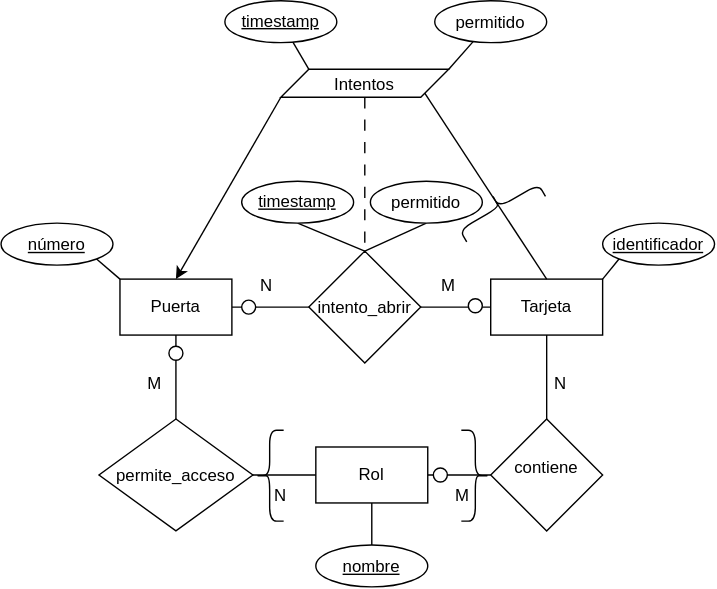
TobySeirgalea/apuntes-DB keeps this draw.io diagram as images/ej2.6.b.did.drawio.svg. Above is the earlier version. Source tidied: cells renumbered, new cells last; positions are measured from the earlier drawing's top-left corner, leaving out a move shared by most shapes. Its diagram source:
```xml
<mxGraphModel>
  <root>
    <mxCell id="0" />
    <mxCell id="1" parent="0" />
    <mxCell id="2" style="edgeStyle=none;html=1;exitX=1;exitY=0.5;exitDx=0;exitDy=0;entryX=0;entryY=0.5;entryDx=0;entryDy=0;endArrow=none;endFill=0;" parent="1" edge="1" source="4" target="12">
      <mxGeometry relative="1" as="geometry" />
    </mxCell>
    <mxCell id="3" style="edgeStyle=none;html=1;exitX=0;exitY=0;exitDx=0;exitDy=0;entryX=1;entryY=1;entryDx=0;entryDy=0;endArrow=none;endFill=0;" parent="1" edge="1" source="4" target="28">
      <mxGeometry relative="1" as="geometry" />
    </mxCell>
    <mxCell id="4" value="Puerta" style="rounded=0;whiteSpace=wrap;html=1;" parent="1" vertex="1">
      <mxGeometry x="85" y="199" width="80" height="40" as="geometry" />
    </mxCell>
    <mxCell id="5" style="edgeStyle=none;html=1;exitX=1;exitY=0.5;exitDx=0;exitDy=0;entryX=0;entryY=0.5;entryDx=0;entryDy=0;endArrow=none;endFill=0;" parent="1" edge="1" source="6" target="17">
      <mxGeometry relative="1" as="geometry" />
    </mxCell>
    <mxCell id="6" value="Rol" style="rounded=0;whiteSpace=wrap;html=1;" parent="1" vertex="1">
      <mxGeometry x="225" y="319" width="80" height="40" as="geometry" />
    </mxCell>
    <mxCell id="7" style="edgeStyle=none;html=1;exitX=1;exitY=0;exitDx=0;exitDy=0;entryX=0;entryY=1;entryDx=0;entryDy=0;endArrow=none;endFill=0;" parent="1" edge="1" source="8" target="25">
      <mxGeometry relative="1" as="geometry" />
    </mxCell>
    <mxCell id="8" value="Tarjeta" style="rounded=0;whiteSpace=wrap;html=1;" parent="1" vertex="1">
      <mxGeometry x="350" y="199" width="80" height="40" as="geometry" />
    </mxCell>
    <mxCell id="9" style="edgeStyle=none;html=1;exitX=1;exitY=0.5;exitDx=0;exitDy=0;entryX=0;entryY=0.5;entryDx=0;entryDy=0;endArrow=none;endFill=0;" parent="1" edge="1" source="12" target="8">
      <mxGeometry relative="1" as="geometry" />
    </mxCell>
    <mxCell id="10" style="edgeStyle=none;html=1;exitX=0.5;exitY=0;exitDx=0;exitDy=0;endArrow=none;endFill=0;entryX=0.5;entryY=1;entryDx=0;entryDy=0;" parent="1" edge="1" source="12" target="24">
      <mxGeometry relative="1" as="geometry" />
    </mxCell>
    <mxCell id="11" style="edgeStyle=none;html=1;exitX=0.5;exitY=0;exitDx=0;exitDy=0;entryX=0.5;entryY=1;entryDx=0;entryDy=0;endArrow=none;endFill=0;" parent="1" edge="1" source="12" target="33">
      <mxGeometry relative="1" as="geometry" />
    </mxCell>
    <mxCell id="12" value="intento_abrir" style="rhombus;whiteSpace=wrap;html=1;shapeInside=1;" parent="1" vertex="1">
      <mxGeometry x="220" y="179" width="80" height="80" as="geometry" />
    </mxCell>
    <mxCell id="13" style="edgeStyle=none;html=1;exitX=1;exitY=0.5;exitDx=0;exitDy=0;entryX=0;entryY=0.5;entryDx=0;entryDy=0;endArrow=none;endFill=0;" parent="1" edge="1" source="15" target="6">
      <mxGeometry relative="1" as="geometry" />
    </mxCell>
    <mxCell id="14" style="edgeStyle=none;html=1;exitX=0.5;exitY=0;exitDx=0;exitDy=0;entryX=0.5;entryY=1;entryDx=0;entryDy=0;endArrow=none;endFill=0;" parent="1" edge="1" source="15" target="4">
      <mxGeometry relative="1" as="geometry" />
    </mxCell>
    <mxCell id="15" value="permite_acceso" style="rhombus;whiteSpace=wrap;html=1;shapeInside=1;" parent="1" vertex="1">
      <mxGeometry x="70" y="299" width="110" height="80" as="geometry" />
    </mxCell>
    <mxCell id="16" style="edgeStyle=none;html=1;exitX=0.5;exitY=0;exitDx=0;exitDy=0;entryX=0.5;entryY=1;entryDx=0;entryDy=0;endArrow=none;endFill=0;" parent="1" edge="1" source="17" target="8">
      <mxGeometry relative="1" as="geometry" />
    </mxCell>
    <mxCell id="17" value="contiene" style="rhombus;whiteSpace=wrap;html=1;shapeInside=1;align=center;" parent="1" vertex="1">
      <mxGeometry x="350" y="299" width="80" height="80" as="geometry" />
    </mxCell>
    <mxCell id="18" value="N" style="text;html=1;whiteSpace=wrap;strokeColor=none;fillColor=none;align=center;verticalAlign=middle;rounded=0;" parent="1" vertex="1">
      <mxGeometry x="160" y="189" width="60" height="30" as="geometry" />
    </mxCell>
    <mxCell id="19" value="M" style="text;html=1;whiteSpace=wrap;strokeColor=none;fillColor=none;align=center;verticalAlign=middle;rounded=0;" parent="1" vertex="1">
      <mxGeometry x="290" y="189" width="60" height="30" as="geometry" />
    </mxCell>
    <mxCell id="20" value="N" style="text;html=1;whiteSpace=wrap;strokeColor=none;fillColor=none;align=center;verticalAlign=middle;rounded=0;" parent="1" vertex="1">
      <mxGeometry x="170" y="339" width="60" height="30" as="geometry" />
    </mxCell>
    <mxCell id="21" value="N" style="text;html=1;whiteSpace=wrap;strokeColor=none;fillColor=none;align=center;verticalAlign=middle;rounded=0;" parent="1" vertex="1">
      <mxGeometry x="370" y="259" width="60" height="30" as="geometry" />
    </mxCell>
    <mxCell id="22" value="M" style="text;html=1;whiteSpace=wrap;strokeColor=none;fillColor=none;align=center;verticalAlign=middle;rounded=0;" parent="1" vertex="1">
      <mxGeometry x="300" y="339" width="60" height="30" as="geometry" />
    </mxCell>
    <mxCell id="23" value="M" style="text;html=1;whiteSpace=wrap;strokeColor=none;fillColor=none;align=center;verticalAlign=middle;rounded=0;" parent="1" vertex="1">
      <mxGeometry x="80" y="259" width="60" height="30" as="geometry" />
    </mxCell>
    <mxCell id="24" value="&lt;u&gt;timestamp&lt;/u&gt;" style="ellipse;whiteSpace=wrap;html=1;shapeInside=1;" parent="1" vertex="1">
      <mxGeometry x="172" y="129" width="80" height="30" as="geometry" />
    </mxCell>
    <mxCell id="25" value="&lt;u&gt;identificador&lt;/u&gt;" style="ellipse;whiteSpace=wrap;html=1;shapeInside=1;" parent="1" vertex="1">
      <mxGeometry x="430" y="159" width="80" height="30" as="geometry" />
    </mxCell>
    <mxCell id="26" style="edgeStyle=none;html=1;exitX=0.5;exitY=0;exitDx=0;exitDy=0;entryX=0.5;entryY=1;entryDx=0;entryDy=0;endArrow=none;endFill=0;" parent="1" edge="1" source="27" target="6">
      <mxGeometry relative="1" as="geometry" />
    </mxCell>
    <mxCell id="27" value="&lt;u&gt;nombre&lt;/u&gt;" style="ellipse;whiteSpace=wrap;html=1;shapeInside=1;" parent="1" vertex="1">
      <mxGeometry x="225" y="389" width="80" height="30" as="geometry" />
    </mxCell>
    <mxCell id="28" value="&lt;u&gt;número&lt;/u&gt;" style="ellipse;whiteSpace=wrap;html=1;shapeInside=1;" parent="1" vertex="1">
      <mxGeometry y="159" width="80" height="30" as="geometry" />
    </mxCell>
    <object id="29" label="" address="1000" placeholders="1" size="100">
      <mxCell style="ellipse;whiteSpace=wrap;html=1;labelBackgroundColor=none;textShadow=0;gradientColor=none;shadow=0;fillColor=default;" parent="1" vertex="1">
        <mxGeometry x="309" y="334" width="10" height="10" as="geometry" />
      </mxCell>
    </object>
    <object id="30" label="" address="1000" placeholders="1" size="100">
      <mxCell style="ellipse;whiteSpace=wrap;html=1;labelBackgroundColor=none;textShadow=0;gradientColor=none;shadow=0;fillColor=default;" parent="1" vertex="1">
        <mxGeometry x="334" y="213" width="10" height="10" as="geometry" />
      </mxCell>
    </object>
    <object id="31" label="" address="1000" placeholders="1" size="100">
      <mxCell style="ellipse;whiteSpace=wrap;html=1;labelBackgroundColor=none;textShadow=0;gradientColor=none;shadow=0;fillColor=default;" parent="1" vertex="1">
        <mxGeometry x="172" y="214" width="10" height="10" as="geometry" />
      </mxCell>
    </object>
    <object id="32" label="" address="1000" placeholders="1" size="100">
      <mxCell style="ellipse;whiteSpace=wrap;html=1;labelBackgroundColor=none;textShadow=0;gradientColor=none;shadow=0;fillColor=default;" parent="1" vertex="1">
        <mxGeometry x="120" y="247" width="10" height="10" as="geometry" />
      </mxCell>
    </object>
    <mxCell id="33" value="permitido" style="ellipse;whiteSpace=wrap;html=1;shapeInside=1;" parent="1" vertex="1">
      <mxGeometry x="264" y="129" width="80" height="30" as="geometry" />
    </mxCell>
    <mxCell id="34" style="edgeStyle=none;html=1;exitX=0.5;exitY=1;exitDx=0;exitDy=0;entryX=0.5;entryY=0;entryDx=0;entryDy=0;endArrow=none;endFill=0;dashed=1;dashPattern=8 8;" parent="1" edge="1" source="38" target="12">
      <mxGeometry relative="1" as="geometry" />
    </mxCell>
    <mxCell id="35" style="edgeStyle=none;html=1;exitX=1;exitY=1;exitDx=0;exitDy=0;entryX=0.5;entryY=0;entryDx=0;entryDy=0;endArrow=none;endFill=0;" parent="1" edge="1" source="38" target="8">
      <mxGeometry relative="1" as="geometry" />
    </mxCell>
    <mxCell id="36" style="edgeStyle=none;html=1;exitX=1;exitY=0;exitDx=0;exitDy=0;endArrow=none;endFill=0;" parent="1" edge="1" source="38" target="43">
      <mxGeometry relative="1" as="geometry" />
    </mxCell>
    <mxCell id="37" style="edgeStyle=none;html=1;exitX=0.167;exitY=0.004;exitDx=0;exitDy=0;endArrow=none;endFill=0;exitPerimeter=0;" parent="1" edge="1" source="38" target="42">
      <mxGeometry relative="1" as="geometry" />
    </mxCell>
    <mxCell id="38" value="Intentos" style="shape=parallelogram;perimeter=parallelogramPerimeter;whiteSpace=wrap;html=1;shapeInside=1;fixedSize=1;" parent="1" vertex="1">
      <mxGeometry x="200" y="49" width="120" height="20" as="geometry" />
    </mxCell>
    <mxCell id="39" style="endArrow=classic;html=1;entryX=0.5;entryY=0;entryDx=0;entryDy=0;exitX=0;exitY=1;exitDx=0;exitDy=0;" parent="1" edge="1" source="38" target="4">
      <mxGeometry relative="1" as="geometry" />
    </mxCell>
    <mxCell id="40" style="shape=curlyBracket;whiteSpace=wrap;html=1;rounded=1;flipH=1;labelPosition=right;verticalLabelPosition=middle;align=left;verticalAlign=middle;legacyAnchorPoints=0;" parent="1" vertex="1">
      <mxGeometry x="329" y="307" width="20" height="65" as="geometry" />
    </mxCell>
    <mxCell id="41" style="shape=curlyBracket;whiteSpace=wrap;html=1;rounded=1;labelPosition=left;verticalLabelPosition=middle;align=right;verticalAlign=middle;rotation=60;size=0.5;" parent="1" vertex="1">
      <mxGeometry x="346" y="115" width="20" height="65" as="geometry" />
    </mxCell>
    <mxCell id="42" value="&lt;u&gt;timestamp&lt;/u&gt;" style="ellipse;whiteSpace=wrap;html=1;shapeInside=1;" parent="1" vertex="1">
      <mxGeometry x="160" width="80" height="30" as="geometry" />
    </mxCell>
    <mxCell id="43" value="permitido" style="ellipse;whiteSpace=wrap;html=1;shapeInside=1;" parent="1" vertex="1">
      <mxGeometry x="310" width="80" height="30" as="geometry" />
    </mxCell>
    <mxCell id="44" style="shape=curlyBracket;whiteSpace=wrap;html=1;rounded=1;labelPosition=left;verticalLabelPosition=middle;align=right;verticalAlign=middle;" parent="1" vertex="1">
      <mxGeometry x="182" y="307" width="20" height="65" as="geometry" />
    </mxCell>
  </root>
</mxGraphModel>
```
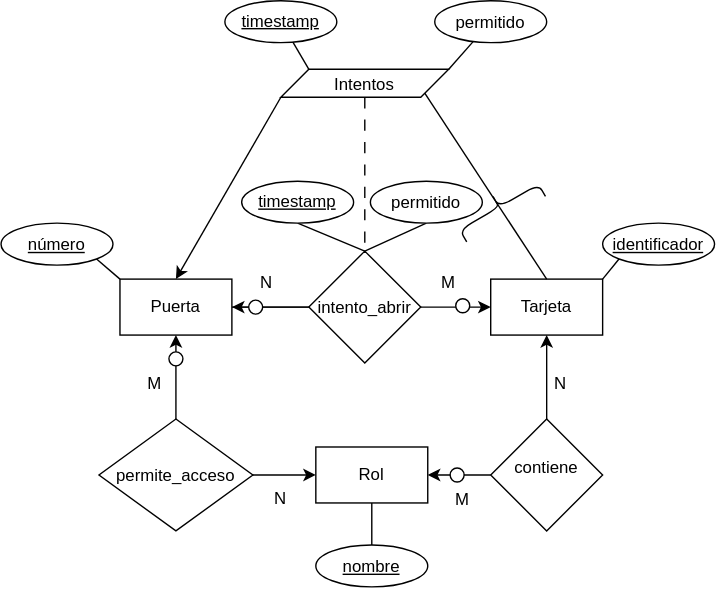
After the change.

The edit, as a diff of the source:
```diff
@@ -8,10 +8,13 @@
     <mxCell id="3" style="edgeStyle=none;html=1;exitX=0;exitY=0;exitDx=0;exitDy=0;entryX=1;entryY=1;entryDx=0;entryDy=0;endArrow=none;endFill=0;" parent="1" edge="1" source="4" target="28">
       <mxGeometry relative="1" as="geometry" />
     </mxCell>
+    <mxCell id="45" style="edgeStyle=none;html=1;" parent="1" edge="1" source="12" target="4">
+      <mxGeometry relative="1" as="geometry" />
+    </mxCell>
     <mxCell id="4" value="Puerta" style="rounded=0;whiteSpace=wrap;html=1;" parent="1" vertex="1">
       <mxGeometry x="85" y="199" width="80" height="40" as="geometry" />
     </mxCell>
-    <mxCell id="5" style="edgeStyle=none;html=1;exitX=1;exitY=0.5;exitDx=0;exitDy=0;entryX=0;entryY=0.5;entryDx=0;entryDy=0;endArrow=none;endFill=0;" parent="1" edge="1" source="6" target="17">
+    <mxCell id="5" style="edgeStyle=none;html=1;exitX=0;exitY=0.5;exitDx=0;exitDy=0;entryX=1;entryY=0.5;entryDx=0;entryDy=0;endArrow=classic;endFill=1;" parent="1" edge="1" source="17" target="6">
       <mxGeometry relative="1" as="geometry" />
     </mxCell>
     <mxCell id="6" value="Rol" style="rounded=0;whiteSpace=wrap;html=1;" parent="1" vertex="1">
@@ -20,10 +23,13 @@
     <mxCell id="7" style="edgeStyle=none;html=1;exitX=1;exitY=0;exitDx=0;exitDy=0;entryX=0;entryY=1;entryDx=0;entryDy=0;endArrow=none;endFill=0;" parent="1" edge="1" source="8" target="25">
       <mxGeometry relative="1" as="geometry" />
     </mxCell>
+    <mxCell id="46" style="edgeStyle=none;html=1;" parent="1" edge="1" source="8" target="19">
+      <mxGeometry relative="1" as="geometry" />
+    </mxCell>
     <mxCell id="8" value="Tarjeta" style="rounded=0;whiteSpace=wrap;html=1;" parent="1" vertex="1">
       <mxGeometry x="350" y="199" width="80" height="40" as="geometry" />
     </mxCell>
-    <mxCell id="9" style="edgeStyle=none;html=1;exitX=1;exitY=0.5;exitDx=0;exitDy=0;entryX=0;entryY=0.5;entryDx=0;entryDy=0;endArrow=none;endFill=0;" parent="1" edge="1" source="12" target="8">
+    <mxCell id="9" style="edgeStyle=none;html=1;exitX=1;exitY=0.5;exitDx=0;exitDy=0;entryX=0;entryY=0.5;entryDx=0;entryDy=0;endArrow=classic;endFill=1;" parent="1" edge="1" source="12" target="8">
       <mxGeometry relative="1" as="geometry" />
     </mxCell>
     <mxCell id="10" style="edgeStyle=none;html=1;exitX=0.5;exitY=0;exitDx=0;exitDy=0;endArrow=none;endFill=0;entryX=0.5;entryY=1;entryDx=0;entryDy=0;" parent="1" edge="1" source="12" target="24">
@@ -35,35 +41,35 @@
     <mxCell id="12" value="intento_abrir" style="rhombus;whiteSpace=wrap;html=1;shapeInside=1;" parent="1" vertex="1">
       <mxGeometry x="220" y="179" width="80" height="80" as="geometry" />
     </mxCell>
-    <mxCell id="13" style="edgeStyle=none;html=1;exitX=1;exitY=0.5;exitDx=0;exitDy=0;entryX=0;entryY=0.5;entryDx=0;entryDy=0;endArrow=none;endFill=0;" parent="1" edge="1" source="15" target="6">
+    <mxCell id="13" style="edgeStyle=none;html=1;exitX=1;exitY=0.5;exitDx=0;exitDy=0;entryX=0;entryY=0.5;entryDx=0;entryDy=0;endArrow=classic;endFill=1;" parent="1" edge="1" source="15" target="6">
       <mxGeometry relative="1" as="geometry" />
     </mxCell>
-    <mxCell id="14" style="edgeStyle=none;html=1;exitX=0.5;exitY=0;exitDx=0;exitDy=0;entryX=0.5;entryY=1;entryDx=0;entryDy=0;endArrow=none;endFill=0;" parent="1" edge="1" source="15" target="4">
+    <mxCell id="14" style="edgeStyle=none;html=1;exitX=0.5;exitY=0;exitDx=0;exitDy=0;entryX=0.5;entryY=1;entryDx=0;entryDy=0;endArrow=classic;endFill=1;" parent="1" edge="1" source="15" target="4">
       <mxGeometry relative="1" as="geometry" />
     </mxCell>
     <mxCell id="15" value="permite_acceso" style="rhombus;whiteSpace=wrap;html=1;shapeInside=1;" parent="1" vertex="1">
       <mxGeometry x="70" y="299" width="110" height="80" as="geometry" />
     </mxCell>
-    <mxCell id="16" style="edgeStyle=none;html=1;exitX=0.5;exitY=0;exitDx=0;exitDy=0;entryX=0.5;entryY=1;entryDx=0;entryDy=0;endArrow=none;endFill=0;" parent="1" edge="1" source="17" target="8">
+    <mxCell id="16" style="edgeStyle=none;html=1;exitX=0.5;exitY=0;exitDx=0;exitDy=0;entryX=0.5;entryY=1;entryDx=0;entryDy=0;endArrow=classic;endFill=1;" parent="1" edge="1" source="17" target="8">
       <mxGeometry relative="1" as="geometry" />
     </mxCell>
     <mxCell id="17" value="contiene" style="rhombus;whiteSpace=wrap;html=1;shapeInside=1;align=center;" parent="1" vertex="1">
       <mxGeometry x="350" y="299" width="80" height="80" as="geometry" />
     </mxCell>
     <mxCell id="18" value="N" style="text;html=1;whiteSpace=wrap;strokeColor=none;fillColor=none;align=center;verticalAlign=middle;rounded=0;" parent="1" vertex="1">
-      <mxGeometry x="160" y="189" width="60" height="30" as="geometry" />
+      <mxGeometry x="160" y="187" width="60" height="30" as="geometry" />
     </mxCell>
     <mxCell id="19" value="M" style="text;html=1;whiteSpace=wrap;strokeColor=none;fillColor=none;align=center;verticalAlign=middle;rounded=0;" parent="1" vertex="1">
-      <mxGeometry x="290" y="189" width="60" height="30" as="geometry" />
+      <mxGeometry x="290" y="187" width="60" height="30" as="geometry" />
     </mxCell>
     <mxCell id="20" value="N" style="text;html=1;whiteSpace=wrap;strokeColor=none;fillColor=none;align=center;verticalAlign=middle;rounded=0;" parent="1" vertex="1">
-      <mxGeometry x="170" y="339" width="60" height="30" as="geometry" />
+      <mxGeometry x="170" y="341" width="60" height="30" as="geometry" />
     </mxCell>
     <mxCell id="21" value="N" style="text;html=1;whiteSpace=wrap;strokeColor=none;fillColor=none;align=center;verticalAlign=middle;rounded=0;" parent="1" vertex="1">
       <mxGeometry x="370" y="259" width="60" height="30" as="geometry" />
     </mxCell>
     <mxCell id="22" value="M" style="text;html=1;whiteSpace=wrap;strokeColor=none;fillColor=none;align=center;verticalAlign=middle;rounded=0;" parent="1" vertex="1">
-      <mxGeometry x="300" y="339" width="60" height="30" as="geometry" />
+      <mxGeometry x="300" y="342" width="60" height="30" as="geometry" />
     </mxCell>
     <mxCell id="23" value="M" style="text;html=1;whiteSpace=wrap;strokeColor=none;fillColor=none;align=center;verticalAlign=middle;rounded=0;" parent="1" vertex="1">
       <mxGeometry x="80" y="259" width="60" height="30" as="geometry" />
@@ -85,22 +91,22 @@
     </mxCell>
     <object id="29" label="" address="1000" placeholders="1" size="100">
       <mxCell style="ellipse;whiteSpace=wrap;html=1;labelBackgroundColor=none;textShadow=0;gradientColor=none;shadow=0;fillColor=default;" parent="1" vertex="1">
-        <mxGeometry x="309" y="334" width="10" height="10" as="geometry" />
+        <mxGeometry x="321" y="334" width="10" height="10" as="geometry" />
       </mxCell>
     </object>
     <object id="30" label="" address="1000" placeholders="1" size="100">
       <mxCell style="ellipse;whiteSpace=wrap;html=1;labelBackgroundColor=none;textShadow=0;gradientColor=none;shadow=0;fillColor=default;" parent="1" vertex="1">
-        <mxGeometry x="334" y="213" width="10" height="10" as="geometry" />
+        <mxGeometry x="325" y="213" width="10" height="10" as="geometry" />
       </mxCell>
     </object>
     <object id="31" label="" address="1000" placeholders="1" size="100">
       <mxCell style="ellipse;whiteSpace=wrap;html=1;labelBackgroundColor=none;textShadow=0;gradientColor=none;shadow=0;fillColor=default;" parent="1" vertex="1">
-        <mxGeometry x="172" y="214" width="10" height="10" as="geometry" />
+        <mxGeometry x="177" y="214" width="10" height="10" as="geometry" />
       </mxCell>
     </object>
     <object id="32" label="" address="1000" placeholders="1" size="100">
       <mxCell style="ellipse;whiteSpace=wrap;html=1;labelBackgroundColor=none;textShadow=0;gradientColor=none;shadow=0;fillColor=default;" parent="1" vertex="1">
-        <mxGeometry x="120" y="247" width="10" height="10" as="geometry" />
+        <mxGeometry x="120" y="251" width="10" height="10" as="geometry" />
       </mxCell>
     </object>
     <mxCell id="33" value="permitido" style="ellipse;whiteSpace=wrap;html=1;shapeInside=1;" parent="1" vertex="1">
@@ -124,9 +130,6 @@
     <mxCell id="39" style="endArrow=classic;html=1;entryX=0.5;entryY=0;entryDx=0;entryDy=0;exitX=0;exitY=1;exitDx=0;exitDy=0;" parent="1" edge="1" source="38" target="4">
       <mxGeometry relative="1" as="geometry" />
     </mxCell>
-    <mxCell id="40" style="shape=curlyBracket;whiteSpace=wrap;html=1;rounded=1;flipH=1;labelPosition=right;verticalLabelPosition=middle;align=left;verticalAlign=middle;legacyAnchorPoints=0;" parent="1" vertex="1">
-      <mxGeometry x="329" y="307" width="20" height="65" as="geometry" />
-    </mxCell>
     <mxCell id="41" style="shape=curlyBracket;whiteSpace=wrap;html=1;rounded=1;labelPosition=left;verticalLabelPosition=middle;align=right;verticalAlign=middle;rotation=60;size=0.5;" parent="1" vertex="1">
       <mxGeometry x="346" y="115" width="20" height="65" as="geometry" />
     </mxCell>
@@ -136,8 +139,5 @@
     <mxCell id="43" value="permitido" style="ellipse;whiteSpace=wrap;html=1;shapeInside=1;" parent="1" vertex="1">
       <mxGeometry x="310" width="80" height="30" as="geometry" />
     </mxCell>
-    <mxCell id="44" style="shape=curlyBracket;whiteSpace=wrap;html=1;rounded=1;labelPosition=left;verticalLabelPosition=middle;align=right;verticalAlign=middle;" parent="1" vertex="1">
-      <mxGeometry x="182" y="307" width="20" height="65" as="geometry" />
-    </mxCell>
   </root>
 </mxGraphModel>
```
